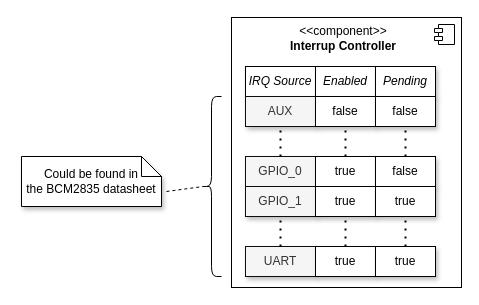
silhavyj/ZeroMate keeps this draw.io diagram as docs/diagrams/peripherals/interrupt_controller/irq_sources.drawio. Above is the earlier version. Source tidied: cells renumbered, new cells numbered last; positions are measured from the earlier drawing's top-left corner, leaving out a move shared by most shapes. Both pictures are drawn from the tidied source at 100%, with x=0, y=0 at pixel (21, 17).
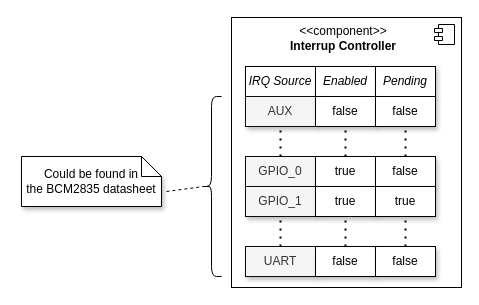
After the change.

Commit message (it also covers changes not shown here):
Modified UML diagrams

Change to the diagram source:
```diff
@@
-    <mxCell id="14" value="true" style="rounded=0;whiteSpace=wrap;html=1;fontFamily=Computer Modern;shadow=1;" parent="1" vertex="1">
+    <mxCell id="14" value="false" style="rounded=0;whiteSpace=wrap;html=1;fontFamily=Computer Modern;shadow=1;" parent="1" vertex="1">
       <mxGeometry x="294" y="229" width="60" height="30" as="geometry" />
     </mxCell>
-    <mxCell id="15" value="true" style="rounded=0;whiteSpace=wrap;html=1;fontFamily=Computer Modern;shadow=1;" parent="1" vertex="1">
+    <mxCell id="15" value="false" style="rounded=0;whiteSpace=wrap;html=1;fontFamily=Computer Modern;shadow=1;" parent="1" vertex="1">
       <mxGeometry x="354" y="229" width="60" height="30" as="geometry" />
     </mxCell>
```
